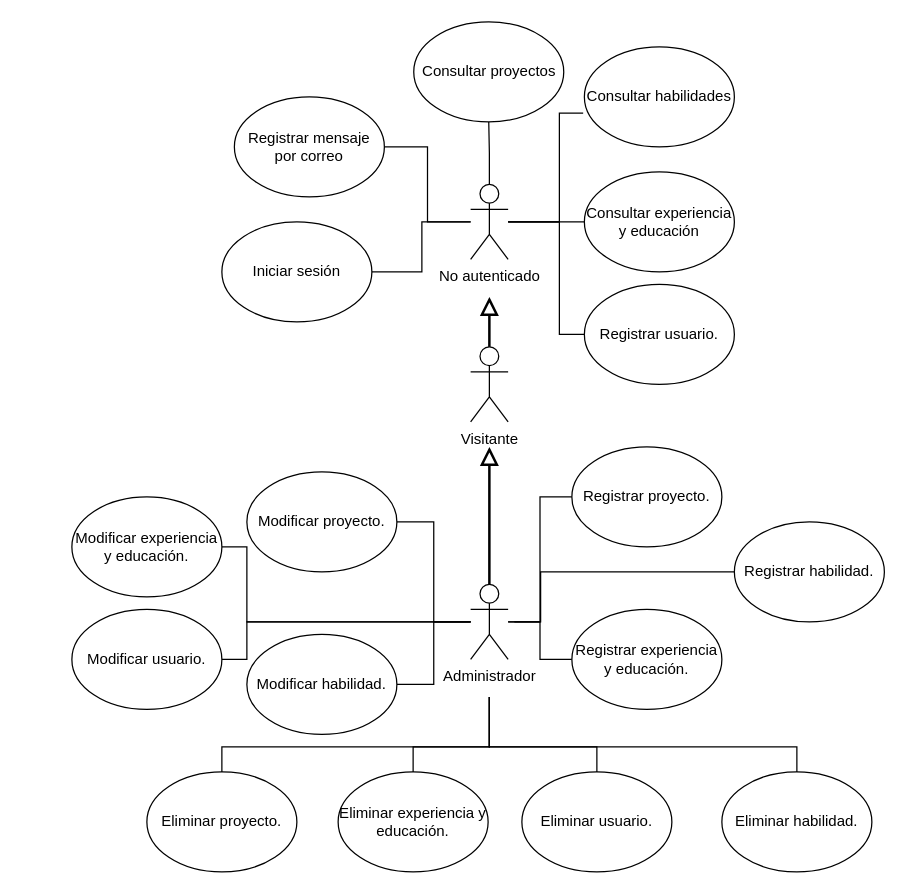
This is Diagramas/Actividad/Casos de uso.drawio from YaelChar417/portfolio, a draw.io file, before an edit. Source tidied: cells renumbered, new cells numbered last; positions are measured from the earlier drawing's top-left corner, leaving out a move shared by most shapes. Both pictures are drawn from the tidied source at 125%, with x=0, y=0 at pixel (71, 21).
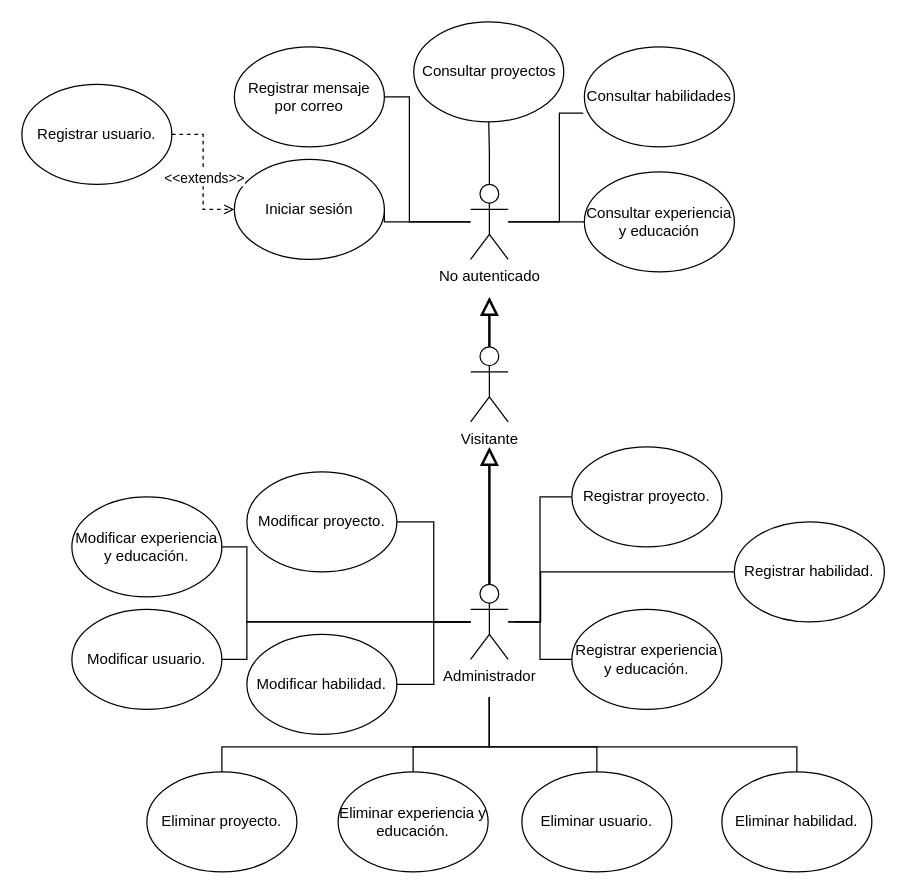
Above is the later version.

Commit message (it also covers changes not shown here):
Update: diagrama de casos de uso actualizado con un extend entre login y sign up

Unchanged cells that the change refers to:
```xml
<mxCell id="7" value="No autenticado" style="shape=umlActor;verticalLabelPosition=bottom;verticalAlign=top;html=1;outlineConnect=0;" parent="1" vertex="1">
  <mxGeometry x="319" y="130" width="30" height="60" as="geometry" />
</mxCell>
```

Change to the diagram source:
```diff
@@
-    <mxCell id="3" style="edgeStyle=orthogonalEdgeStyle;rounded=0;jettySize=auto;html=1;endArrow=none;startFill=0;" parent="1" edge="1" source="7" target="28">
-      <mxGeometry relative="1" as="geometry">
-        <Array as="points">
-          <mxPoint x="390" y="160" />
-          <mxPoint x="390" y="250" />
-        </Array>
-      </mxGeometry>
-    </mxCell>
@@
     <mxCell id="5" style="edgeStyle=orthogonalEdgeStyle;rounded=0;jettySize=auto;html=1;entryX=1;entryY=0.5;entryDx=0;entryDy=0;endArrow=none;startFill=0;" parent="1" edge="1" source="7" target="26">
-      <mxGeometry relative="1" as="geometry" />
+      <mxGeometry relative="1" as="geometry">
+        <Array as="points">
+          <mxPoint x="270" y="160" />
+          <mxPoint x="270" y="60" />
+        </Array>
+      </mxGeometry>
     </mxCell>
     <mxCell id="6" style="edgeStyle=orthogonalEdgeStyle;rounded=0;jettySize=auto;html=1;entryX=1;entryY=0.5;entryDx=0;entryDy=0;endArrow=none;startFill=0;" parent="1" edge="1" source="7" target="27">
       <mxGeometry relative="1" as="geometry">
         <Array as="points">
-          <mxPoint x="280" y="160" />
-          <mxPoint x="280" y="200" />
+          <mxPoint x="250" y="160" />
         </Array>
       </mxGeometry>
     </mxCell>
@@
     <mxCell id="26" value="Registrar mensaje por correo" style="ellipse;whiteSpace=wrap;html=1;" parent="1" vertex="1">
-      <mxGeometry x="130" y="60" width="120" height="80" as="geometry" />
+      <mxGeometry x="130" y="20" width="120" height="80" as="geometry" />
     </mxCell>
     <mxCell id="27" value="Iniciar sesión" style="ellipse;whiteSpace=wrap;html=1;" parent="1" vertex="1">
-      <mxGeometry x="120" y="160" width="120" height="80" as="geometry" />
+      <mxGeometry x="130" y="110" width="120" height="80" as="geometry" />
     </mxCell>
+    <mxCell id="41" style="edgeStyle=orthogonalEdgeStyle;rounded=0;jettySize=auto;html=1;endArrow=open;endFill=0;dashed=1;" parent="1" edge="1" source="28" target="27">
+      <mxGeometry relative="1" as="geometry" />
+    </mxCell>
+    <mxCell id="42" value="&amp;lt;&amp;lt;extends&amp;gt;&amp;gt;" style="edgeLabel;html=1;align=center;verticalAlign=middle;" parent="41" vertex="1">
+      <mxGeometry x="-0.26" y="1" relative="1" as="geometry">
+        <mxPoint x="-1" y="18" as="offset" />
+      </mxGeometry>
+    </mxCell>
     <mxCell id="28" value="Registrar usuario." style="ellipse;whiteSpace=wrap;html=1;" parent="1" vertex="1">
-      <mxGeometry x="410" y="210" width="120" height="80" as="geometry" />
+      <mxGeometry x="-40" y="50" width="120" height="80" as="geometry" />
     </mxCell>
```
